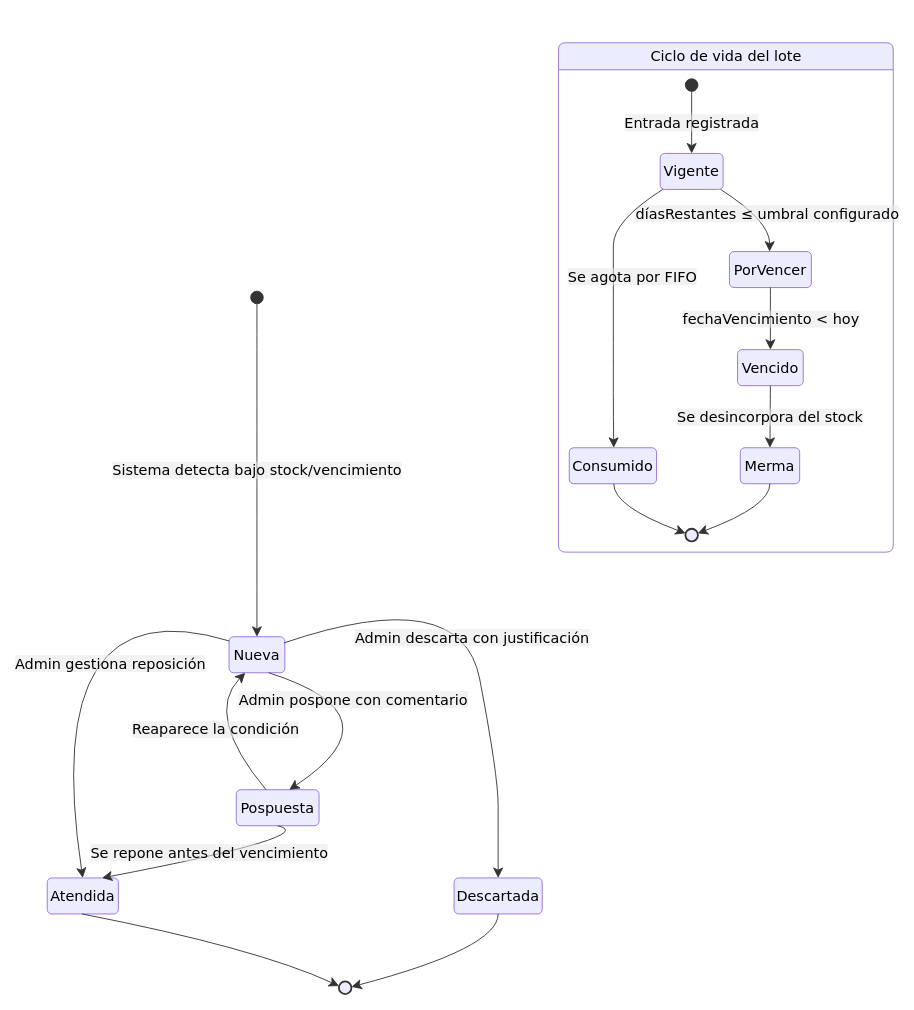
Earlier version of the draw.io diagram page "Estados_Stock_Alertas" (5 of 9) of Docs/UML/Drawio/All_Diagrams.drawio (ochuxx-u/smartstock). Source tidied: cells renumbered, new cells numbered last; positions are measured from the earlier drawing's top-left corner, leaving out a move shared by most shapes. Both pictures are drawn from the tidied source at 90%, with x=0, y=0 at pixel (38, 15).
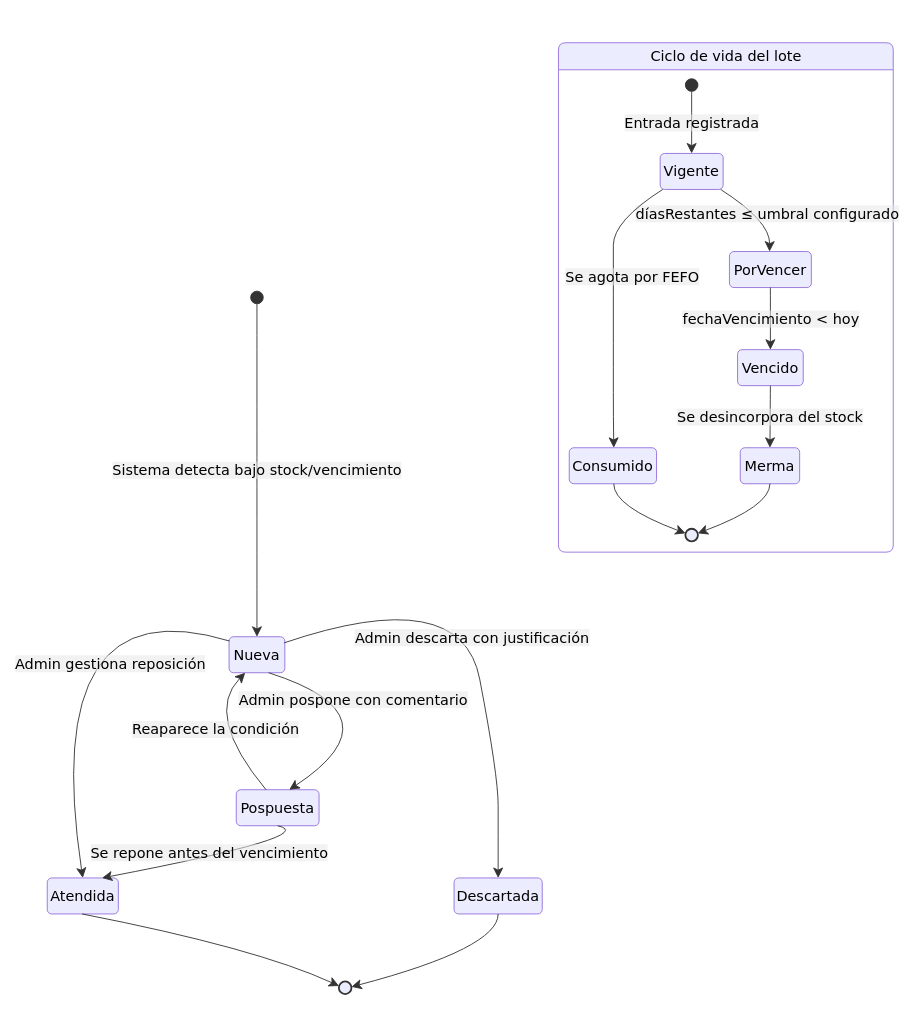
The same diagram, later.

Commit message (it also covers changes not shown here):
Fix: concepto de FIFO a FEFO

The change refers to these unchanged cells:
```xml
<mxCell id="9" value="Ciclo de vida del lote" style="swimlane;html=1;fontStyle=0;align=center;verticalAlign=middle;startSize=30;rounded=1;absoluteArcSize=1;arcSize=16;footerSize=4;swimlaneFillColor=light-dark(#ffffff,#1f2020);fillColor=light-dark(#ECECFF,#1f2020);strokeColor=light-dark(#9370DB,#cccccc);fontColor=default;fontFamily=Trebuchet MS,Verdana,Arial,sans-serif;fontSize=16;" parent="2" vertex="1">
  <mxGeometry x="428" y="30" width="372" height="566" as="geometry" />
</mxCell>
<mxCell id="11" value="Vigente" style="rounded=1;absoluteArcSize=1;arcSize=10;html=1;whiteSpace=wrap;strokeWidth=1;fillColor=light-dark(#ECECFF,#1f2020);strokeColor=light-dark(#9370DB,#cccccc);fontColor=default;fontFamily=Trebuchet MS,Verdana,Arial,sans-serif;fontSize=16;" parent="9" vertex="1">
  <mxGeometry x="113" y="123" width="70" height="40" as="geometry" />
</mxCell>
<mxCell id="16" value="Consumido" style="rounded=1;absoluteArcSize=1;arcSize=10;html=1;whiteSpace=wrap;strokeWidth=1;fillColor=light-dark(#ECECFF,#1f2020);strokeColor=light-dark(#9370DB,#cccccc);fontColor=default;fontFamily=Trebuchet MS,Verdana,Arial,sans-serif;fontSize=16;" parent="9" vertex="1">
  <mxGeometry x="12" y="450" width="97" height="40" as="geometry" />
</mxCell>
```

The edit, as a diff of the source:
```diff
@@
-    <mxCell id="22" value="Se agota por FIFO" style="curved=1;startArrow=none;endArrow=classic;endSize=9;fillColor=none;strokeColor=light-dark(#333333,#cccccc);html=1;fontSize=16;labelBackgroundColor=#E8E8E88D;fontFamily=Trebuchet MS,Verdana,Arial,sans-serif;fontColor=light-dark(#000000,#000000);exitX=0.04;exitY=1;entryX=0.51;entryY=0;" parent="9" edge="1" source="11" target="16">
+    <mxCell id="22" value="Se agota por FEFO" style="curved=1;startArrow=none;endArrow=classic;endSize=9;fillColor=none;strokeColor=light-dark(#333333,#cccccc);html=1;fontSize=16;labelBackgroundColor=#E8E8E88D;fontFamily=Trebuchet MS,Verdana,Arial,sans-serif;fontColor=light-dark(#000000,#000000);exitX=0.04;exitY=1;entryX=0.51;entryY=0;" parent="9" edge="1" source="11" target="16">
       <mxGeometry x="-0.2" y="21" relative="1" as="geometry">
         <Array as="points">
           <mxPoint x="61" y="198" />
           <mxPoint x="61" y="252" />
           <mxPoint x="61" y="307" />
           <mxPoint x="61" y="361" />
           <mxPoint x="61" y="416" />
         </Array>
       </mxGeometry>
     </mxCell>
```
